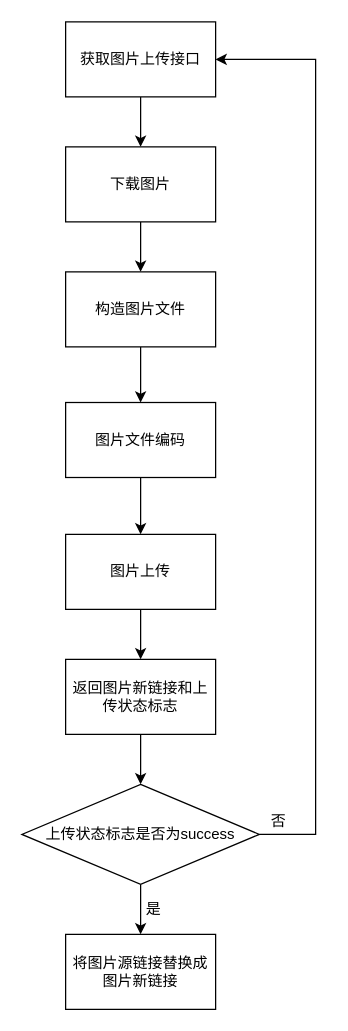
Earlier version of the draw.io diagram 图片上传流程.drawio (stormwasd/draw_io). Source tidied: cells renumbered, new cells numbered last; positions are measured from the earlier drawing's top-left corner, leaving out a move shared by most shapes. Both pictures are drawn from the tidied source at 125%, with x=0, y=0 at pixel (21, 21).
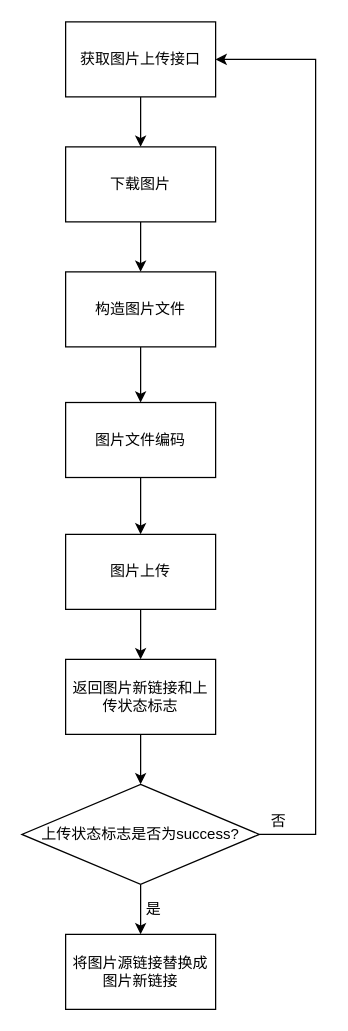
The same page after the edit.

Commit message:
Update 图片上传流程.drawio

Diff of the diagram source:
```diff
@@
-    <mxCell id="16" value="上传状态标志是否为success" style="rhombus;whiteSpace=wrap;html=1;" parent="1" vertex="1">
+    <mxCell id="16" value="上传状态标志是否为success?" style="rhombus;whiteSpace=wrap;html=1;" parent="1" vertex="1">
       <mxGeometry y="610" width="190" height="80" as="geometry" />
     </mxCell>
```
